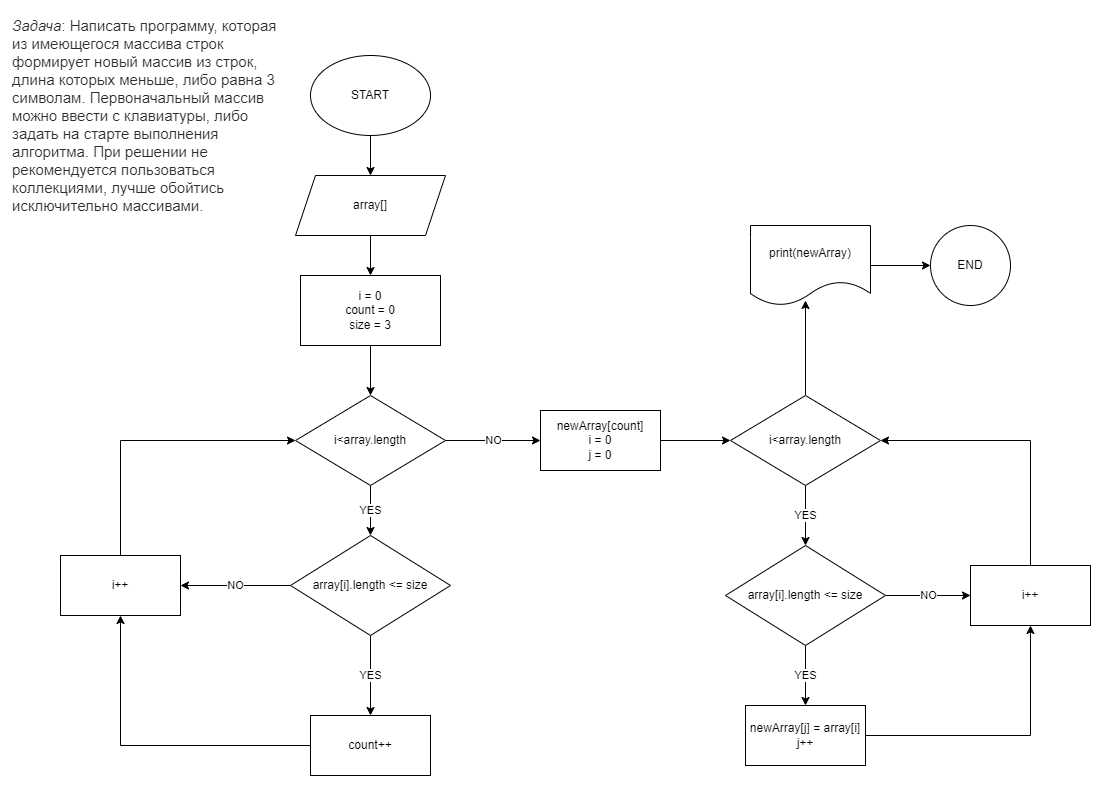
Before: block_diagram.drawio.png, a diagram exported from draw.io (Goraldaa/final_examination). Source tidied: cells renumbered, new cells last; positions are measured from the earlier drawing's top-left corner, leaving out a move shared by most shapes.
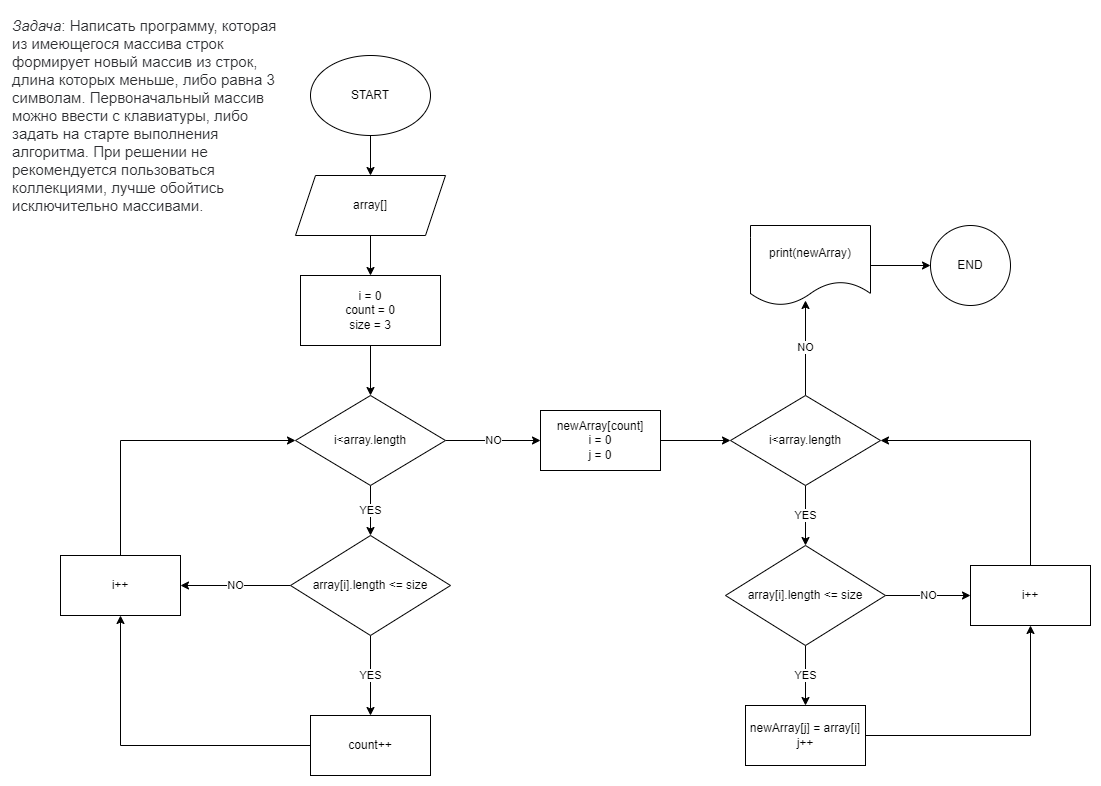
The same diagram one commit later.

Commit message:
add change in block_diagram

What changed in the source:
```diff
@@ -66,7 +66,7 @@
     <mxCell id="21" value="YES" style="edgeStyle=orthogonalEdgeStyle;rounded=0;jettySize=auto;html=1;entryX=0.5;entryY=0;entryDx=0;entryDy=0;" parent="1" edge="1" source="23" target="26">
       <mxGeometry relative="1" as="geometry" />
     </mxCell>
-    <mxCell id="22" style="edgeStyle=orthogonalEdgeStyle;rounded=0;jettySize=auto;html=1;" parent="1" edge="1" source="23">
+    <mxCell id="22" value="NO" style="edgeStyle=orthogonalEdgeStyle;rounded=0;jettySize=auto;html=1;" parent="1" edge="1" source="23">
       <mxGeometry relative="1" as="geometry">
         <mxPoint x="795" y="290" as="targetPoint" />
       </mxGeometry>
```
